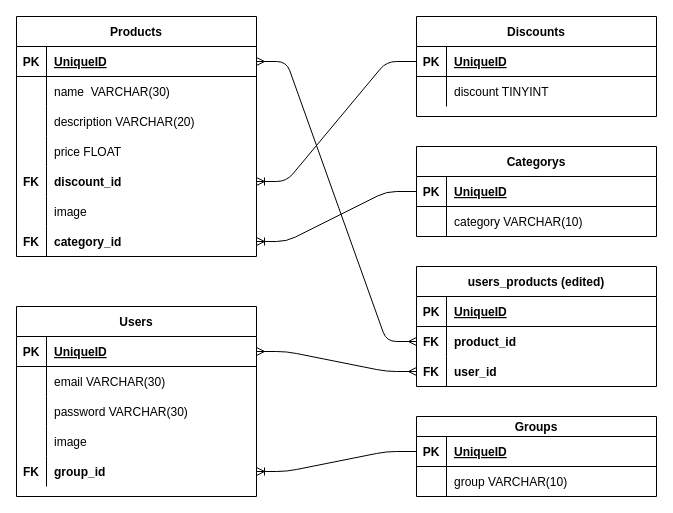
The draw.io diagram Diagrama_CMHMR.drawio in 0920CDFSNCN27ARED/grupo-06, before the edit. Source tidied: cells renumbered, new cells numbered last; positions are measured from the earlier drawing's top-left corner, leaving out a move shared by most shapes. Both pictures are drawn from the tidied source at 100%, with x=0, y=0 at pixel (16, 16).
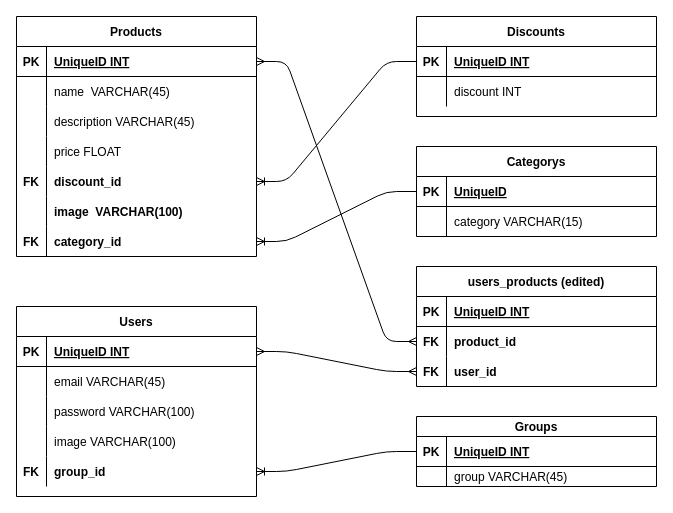
The same page after the edit.

Unchanged cells that the change refers to:
```xml
<mxCell id="3" style="shape=partialRectangle;fillColor=none;points=[[0,0.5],[1,0.5]];portConstraint=eastwest;top=0;left=0;right=0;bottom=1;" parent="2" vertex="1">
  <mxGeometry y="30" width="240" height="30" as="geometry" />
</mxCell>
<mxCell id="6" style="shape=partialRectangle;fillColor=none;top=0;left=0;right=0;bottom=0;" parent="2" vertex="1">
  <mxGeometry y="60" width="240" height="30" as="geometry" />
</mxCell>
<mxCell id="13" style="shape=partialRectangle;fillColor=none;top=0;left=0;right=0;bottom=0;" parent="9" vertex="1">
  <mxGeometry y="60" width="240" height="30" as="geometry" />
</mxCell>
<mxCell id="17" style="shape=partialRectangle;fillColor=none;points=[[0,0.5],[1,0.5]];portConstraint=eastwest;top=0;left=0;right=0;bottom=1;" parent="16" vertex="1">
  <mxGeometry y="30" width="240" height="30" as="geometry" />
</mxCell>
<mxCell id="20" style="shape=partialRectangle;fillColor=none;top=0;left=0;right=0;bottom=0;" parent="16" vertex="1">
  <mxGeometry y="60" width="240" height="30" as="geometry" />
</mxCell>
<mxCell id="23" style="shape=partialRectangle;fillColor=none;top=0;left=0;bottom=0;right=0;" parent="16" vertex="1">
  <mxGeometry y="90" width="240" height="30" as="geometry" />
</mxCell>
<mxCell id="32" style="shape=partialRectangle;fillColor=none;top=0;left=0;bottom=0;right=0;" parent="16" vertex="1">
  <mxGeometry y="180" width="240" height="30" as="geometry" />
</mxCell>
<mxCell id="39" style="shape=partialRectangle;fillColor=none;top=0;left=0;bottom=1;right=0;points=[[0,0.5],[1,0.5]];portConstraint=eastwest;" parent="38" vertex="1">
  <mxGeometry y="30" width="240" height="30" as="geometry" />
</mxCell>
<mxCell id="42" style="shape=partialRectangle;fillColor=none;top=0;left=0;bottom=0;right=0;" parent="38" vertex="1">
  <mxGeometry y="60" width="240" height="30" as="geometry" />
</mxCell>
<mxCell id="45" style="shape=partialRectangle;fillColor=none;top=0;left=0;bottom=0;right=0;" parent="38" vertex="1">
  <mxGeometry y="90" width="240" height="30" as="geometry" />
</mxCell>
<mxCell id="48" style="shape=partialRectangle;fillColor=none;top=0;left=0;bottom=0;right=0;" parent="38" vertex="1">
  <mxGeometry y="120" width="240" height="30" as="geometry" />
</mxCell>
<mxCell id="55" style="shape=partialRectangle;fillColor=none;top=0;left=0;bottom=1;right=0;points=[[0,0.5],[1,0.5]];portConstraint=eastwest;" parent="54" vertex="1">
  <mxGeometry y="20" width="240" height="30" as="geometry" />
</mxCell>
<mxCell id="62" style="shape=partialRectangle;fillColor=none;top=0;left=0;bottom=1;right=0;" parent="61" vertex="1">
  <mxGeometry y="30" width="240" height="30" as="geometry" />
</mxCell>
```

The edit, as a diff of the source:
```diff
@@
-    <mxCell id="5" value="UniqueID" style="shape=partialRectangle;overflow=hidden;fillColor=none;top=0;left=0;bottom=0;right=0;align=left;spacingLeft=6;fontStyle=5;" parent="3" vertex="1">
+    <mxCell id="5" value="UniqueID INT" style="shape=partialRectangle;overflow=hidden;fillColor=none;top=0;left=0;bottom=0;right=0;align=left;spacingLeft=6;fontStyle=5;" parent="3" vertex="1">
       <mxGeometry x="30" width="210" height="30" as="geometry" />
     </mxCell>
@@
-    <mxCell id="8" value="discount TINYINT" style="shape=partialRectangle;overflow=hidden;fillColor=none;top=0;left=0;bottom=0;right=0;align=left;spacingLeft=6;" parent="6" vertex="1">
+    <mxCell id="8" value="discount INT" style="shape=partialRectangle;overflow=hidden;fillColor=none;top=0;left=0;bottom=0;right=0;align=left;spacingLeft=6;" parent="6" vertex="1">
       <mxGeometry x="30" width="210" height="30" as="geometry" />
     </mxCell>
@@
-    <mxCell id="15" value="category VARCHAR(10)" style="shape=partialRectangle;overflow=hidden;fillColor=none;top=0;left=0;bottom=0;right=0;align=left;spacingLeft=6;" parent="13" vertex="1">
+    <mxCell id="15" value="category VARCHAR(15)" style="shape=partialRectangle;overflow=hidden;fillColor=none;top=0;left=0;bottom=0;right=0;align=left;spacingLeft=6;" parent="13" vertex="1">
       <mxGeometry x="30" width="210" height="30" as="geometry" />
     </mxCell>
@@
-    <mxCell id="19" value="UniqueID" style="shape=partialRectangle;overflow=hidden;fillColor=none;top=0;left=0;bottom=0;right=0;align=left;spacingLeft=6;fontStyle=5;" parent="17" vertex="1">
+    <mxCell id="19" value="UniqueID INT" style="shape=partialRectangle;overflow=hidden;fillColor=none;top=0;left=0;bottom=0;right=0;align=left;spacingLeft=6;fontStyle=5;" parent="17" vertex="1">
       <mxGeometry x="30" width="210" height="30" as="geometry" />
     </mxCell>
@@
-    <mxCell id="22" value="name  VARCHAR(30)" style="shape=partialRectangle;overflow=hidden;fillColor=none;top=0;left=0;bottom=0;right=0;align=left;spacingLeft=6;" parent="20" vertex="1">
+    <mxCell id="22" value="name  VARCHAR(45)" style="shape=partialRectangle;overflow=hidden;fillColor=none;top=0;left=0;bottom=0;right=0;align=left;spacingLeft=6;" parent="20" vertex="1">
       <mxGeometry x="30" width="210" height="30" as="geometry" />
     </mxCell>
@@
-    <mxCell id="25" value="description VARCHAR(20)" style="shape=partialRectangle;fillColor=none;top=0;left=0;bottom=0;right=0;align=left;spacingLeft=6;overflow=hidden;" parent="23" vertex="1">
+    <mxCell id="25" value="description VARCHAR(45)" style="shape=partialRectangle;fillColor=none;top=0;left=0;bottom=0;right=0;align=left;spacingLeft=6;overflow=hidden;" parent="23" vertex="1">
       <mxGeometry x="30" width="210" height="30" as="geometry" />
     </mxCell>
@@
-    <mxCell id="34" value="image" style="shape=partialRectangle;fillColor=none;top=0;left=0;bottom=0;right=0;align=left;spacingLeft=6;overflow=hidden;" parent="32" vertex="1">
+    <mxCell id="34" value="image  VARCHAR(100)" style="shape=partialRectangle;fillColor=none;top=0;left=0;bottom=0;right=0;align=left;spacingLeft=6;overflow=hidden;fontStyle=1;" parent="32" vertex="1">
       <mxGeometry x="30" width="210" height="30" as="geometry" />
     </mxCell>
@@
-    <mxCell id="41" value="UniqueID" style="shape=partialRectangle;fillColor=none;top=0;left=0;bottom=0;right=0;align=left;spacingLeft=6;fontStyle=5;overflow=hidden;" parent="39" vertex="1">
+    <mxCell id="41" value="UniqueID INT" style="shape=partialRectangle;fillColor=none;top=0;left=0;bottom=0;right=0;align=left;spacingLeft=6;fontStyle=5;overflow=hidden;" parent="39" vertex="1">
       <mxGeometry x="30" width="210" height="30" as="geometry" />
     </mxCell>
@@
-    <mxCell id="44" value="email VARCHAR(30)" style="shape=partialRectangle;fillColor=none;top=0;left=0;bottom=0;right=0;align=left;spacingLeft=6;overflow=hidden;" parent="42" vertex="1">
+    <mxCell id="44" value="email VARCHAR(45)" style="shape=partialRectangle;fillColor=none;top=0;left=0;bottom=0;right=0;align=left;spacingLeft=6;overflow=hidden;" parent="42" vertex="1">
       <mxGeometry x="30" width="210" height="30" as="geometry" />
     </mxCell>
@@
-    <mxCell id="47" value="password VARCHAR(30)" style="shape=partialRectangle;fillColor=none;top=0;left=0;bottom=0;right=0;align=left;spacingLeft=6;overflow=hidden;" parent="45" vertex="1">
+    <mxCell id="47" value="password VARCHAR(100)" style="shape=partialRectangle;fillColor=none;top=0;left=0;bottom=0;right=0;align=left;spacingLeft=6;overflow=hidden;" parent="45" vertex="1">
       <mxGeometry x="30" width="210" height="30" as="geometry" />
     </mxCell>
@@
-    <mxCell id="50" value="image" style="shape=partialRectangle;fillColor=none;top=0;left=0;bottom=0;right=0;align=left;spacingLeft=6;overflow=hidden;" parent="48" vertex="1">
+    <mxCell id="50" value="image VARCHAR(100)" style="shape=partialRectangle;fillColor=none;top=0;left=0;bottom=0;right=0;align=left;spacingLeft=6;overflow=hidden;" parent="48" vertex="1">
       <mxGeometry x="30" width="210" height="30" as="geometry" />
     </mxCell>
@@
     <mxCell id="54" value="Groups" style="shape=table;startSize=20;childLayout=tableLayout;rowLines=0;fontStyle=1;align=center;" parent="1" vertex="1">
-      <mxGeometry x="400" y="400" width="240" height="80" as="geometry" />
+      <mxGeometry x="400" y="400" width="240" height="70" as="geometry" />
     </mxCell>
@@
-    <mxCell id="57" value="UniqueID" style="shape=partialRectangle;fillColor=none;top=0;left=0;bottom=0;right=0;align=left;spacingLeft=6;fontStyle=5;overflow=hidden;" parent="55" vertex="1">
+    <mxCell id="57" value="UniqueID INT" style="shape=partialRectangle;fillColor=none;top=0;left=0;bottom=0;right=0;align=left;spacingLeft=6;fontStyle=5;overflow=hidden;" parent="55" vertex="1">
       <mxGeometry x="30" width="210" height="30" as="geometry" />
     </mxCell>
     <mxCell id="58" style="shape=partialRectangle;fillColor=none;top=0;left=0;bottom=0;right=0;" parent="54" vertex="1">
-      <mxGeometry y="50" width="240" height="30" as="geometry" />
+      <mxGeometry y="50" width="240" height="20" as="geometry" />
     </mxCell>
     <mxCell id="59" style="shape=partialRectangle;fillColor=none;top=0;left=0;bottom=0;right=0;overflow=hidden;" parent="58" vertex="1">
-      <mxGeometry width="30" height="30" as="geometry" />
+      <mxGeometry width="30" height="20" as="geometry" />
     </mxCell>
-    <mxCell id="60" value="group VARCHAR(10)" style="shape=partialRectangle;fillColor=none;top=0;left=0;bottom=0;right=0;align=left;spacingLeft=6;overflow=hidden;" parent="58" vertex="1">
-      <mxGeometry x="30" width="210" height="30" as="geometry" />
+    <mxCell id="60" value="group VARCHAR(45)" style="shape=partialRectangle;fillColor=none;top=0;left=0;bottom=0;right=0;align=left;spacingLeft=6;overflow=hidden;" parent="58" vertex="1">
+      <mxGeometry x="30" width="210" height="20" as="geometry" />
     </mxCell>
@@
-    <mxCell id="64" value="UniqueID" style="shape=partialRectangle;fillColor=none;top=0;left=0;bottom=0;right=0;align=left;spacingLeft=6;fontStyle=5;overflow=hidden;" parent="62" vertex="1">
+    <mxCell id="64" value="UniqueID INT" style="shape=partialRectangle;fillColor=none;top=0;left=0;bottom=0;right=0;align=left;spacingLeft=6;fontStyle=5;overflow=hidden;" parent="62" vertex="1">
       <mxGeometry x="30" width="210" height="30" as="geometry" />
     </mxCell>
```
